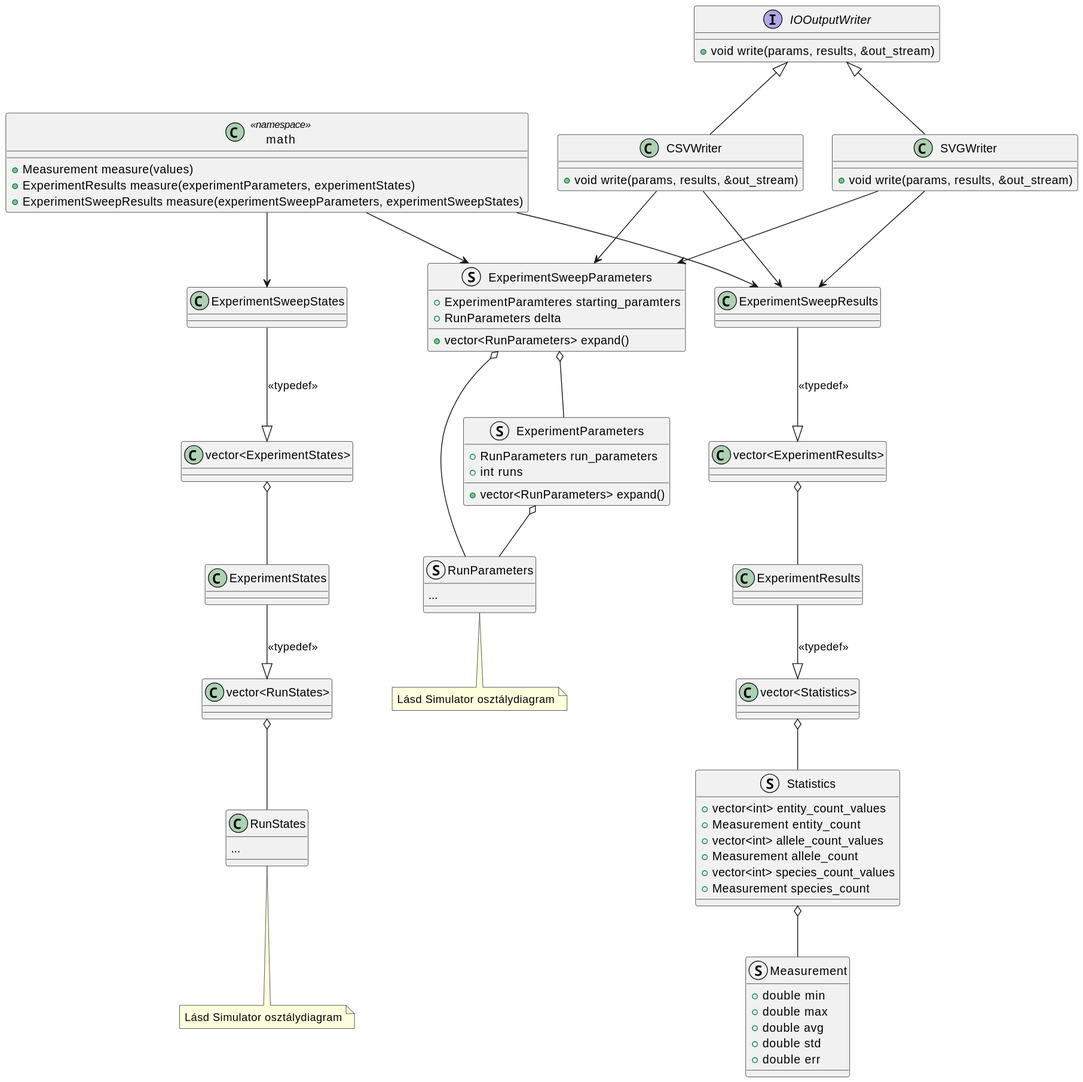
hamrik/fatint-thesis keeps this PlantUML diagram as thesis/assets/diagrams/cpp_experiment_classes.svg. Above is the earlier version.
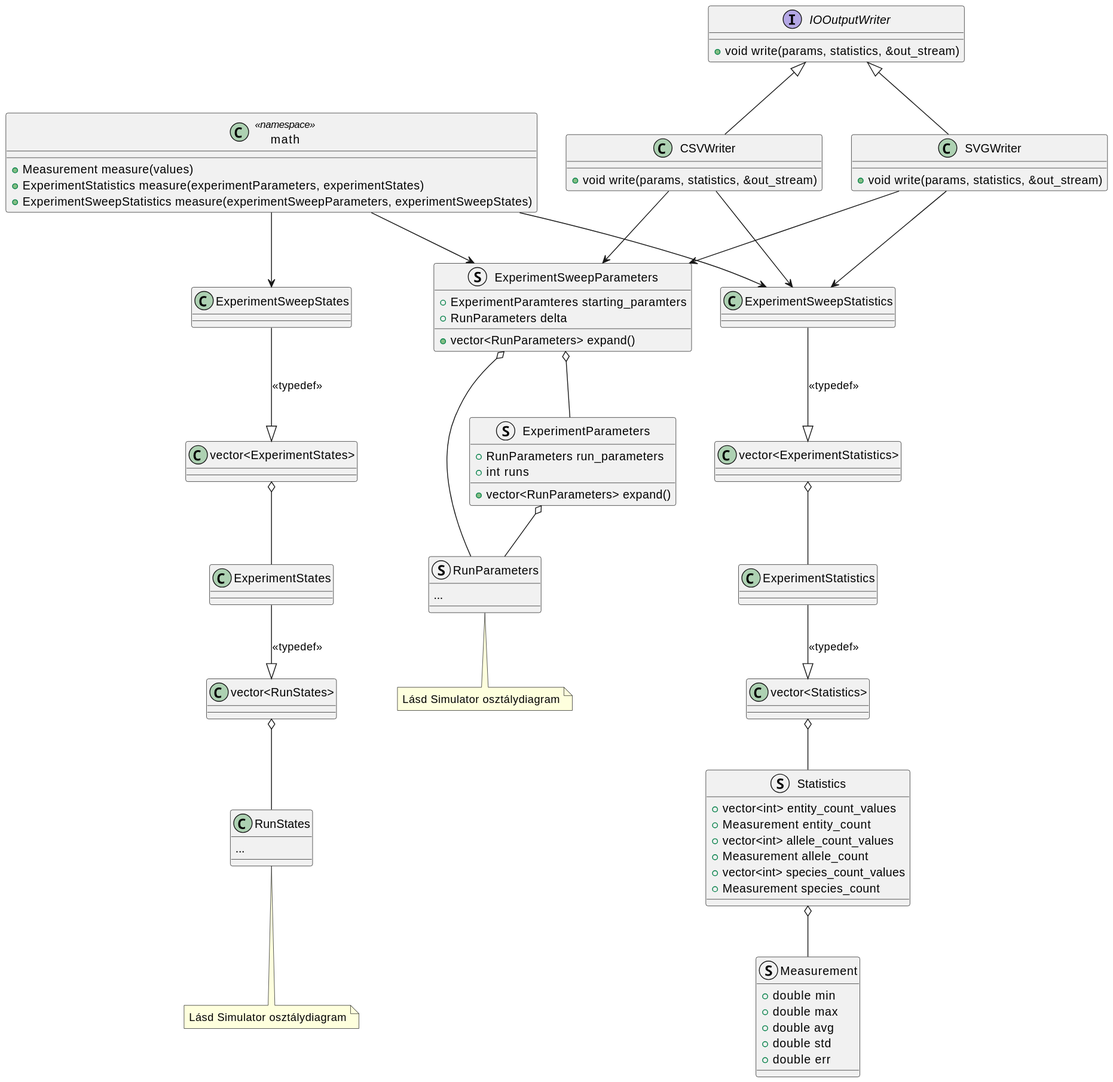
The same diagram one commit later.

The edit, as a diff of the source:
```diff
@@ -53,39 +53,39 @@
 
 class "vector<Statistics>" { }
 "vector<Statistics>" o-- Statistics
-class ExperimentResults { }
-ExperimentResults --|> "vector<Statistics>" : <<typedef>>
+class ExperimentStatistics { }
+ExperimentStatistics --|> "vector<Statistics>" : <<typedef>>
 
-class "vector<ExperimentResults>" { }
-"vector<ExperimentResults>" o-- ExperimentResults
-class ExperimentSweepResults { }
-ExperimentSweepResults --|> "vector<ExperimentResults>" : <<typedef>>
+class "vector<ExperimentStatistics>" { }
+"vector<ExperimentStatistics>" o-- ExperimentStatistics
+class ExperimentSweepStatistics { }
+ExperimentSweepStatistics --|> "vector<ExperimentStatistics>" : <<typedef>>
 
 class math <<namespace>> {
   + Measurement measure(values)
-  + ExperimentResults measure(experimentParameters, experimentStates)
-  + ExperimentSweepResults measure(experimentSweepParameters, experimentSweepStates)
+  + ExperimentStatistics measure(experimentParameters, experimentStates)
+  + ExperimentSweepStatistics measure(experimentSweepParameters, experimentSweepStates)
 }
 math --> ExperimentSweepParameters
 math --> ExperimentSweepStates
-math --> ExperimentSweepResults
+math --> ExperimentSweepStatistics
 
 interface IOOutputWriter {
-  + void write(params, results, &out_stream)
+  + void write(params, statistics, &out_stream)
 }
 class CSVWriter {
-  + void write(params, results, &out_stream)
+  + void write(params, statistics, &out_stream)
 }
 class SVGWriter {
-  + void write(params, results, &out_stream)
+  + void write(params, statistics, &out_stream)
 }
 
 IOOutputWriter <|-- CSVWriter
 IOOutputWriter <|-- SVGWriter
 
 CSVWriter --> ExperimentSweepParameters
-CSVWriter --> ExperimentSweepResults
+CSVWriter --> ExperimentSweepStatistics
 
 SVGWriter --> ExperimentSweepParameters
-SVGWriter --> ExperimentSweepResults
+SVGWriter --> ExperimentSweepStatistics
 @enduml
```
